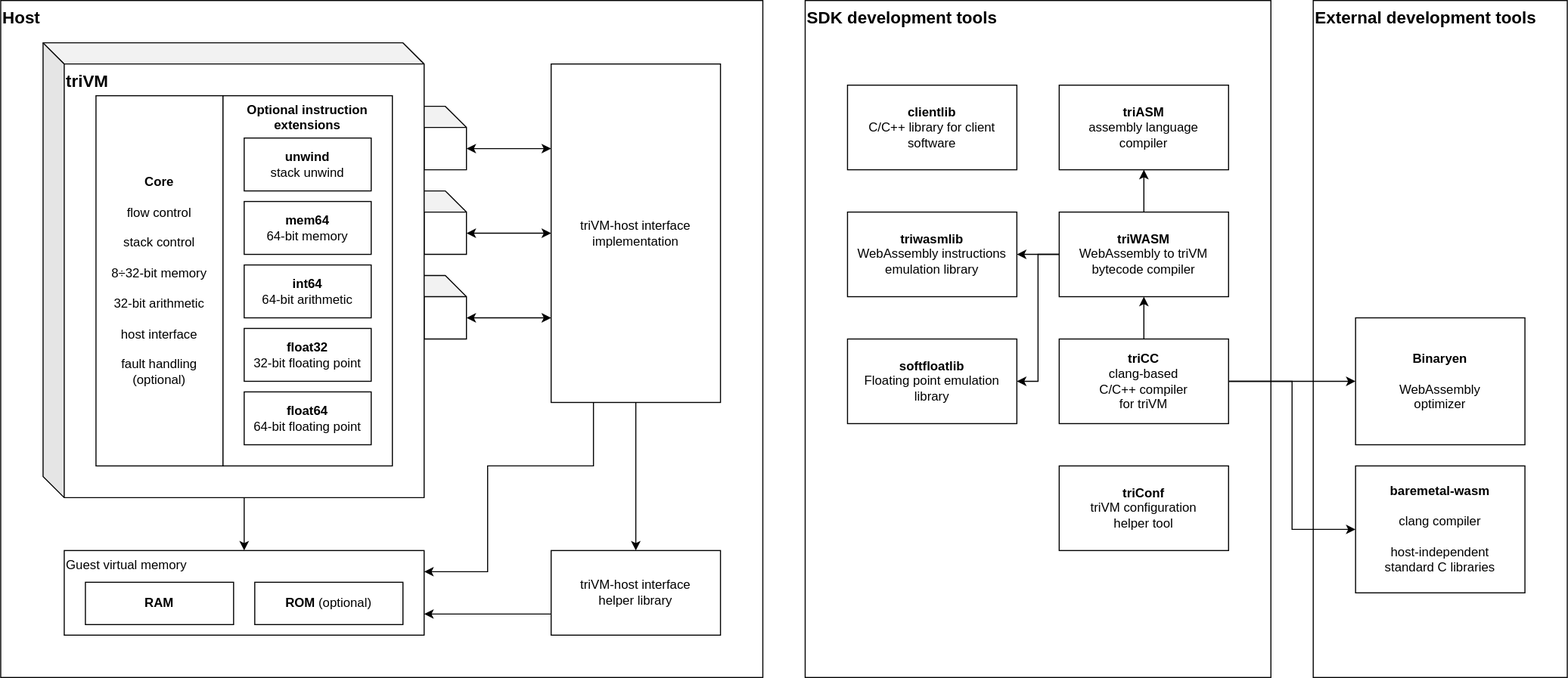
This is doc/SDK diagram.drawio.svg from kildom/triwasm, a draw.io export, as it was before one commit. Source tidied: cells renumbered, new cells last; positions are measured from the earlier drawing's top-left corner, leaving out a move shared by most shapes.
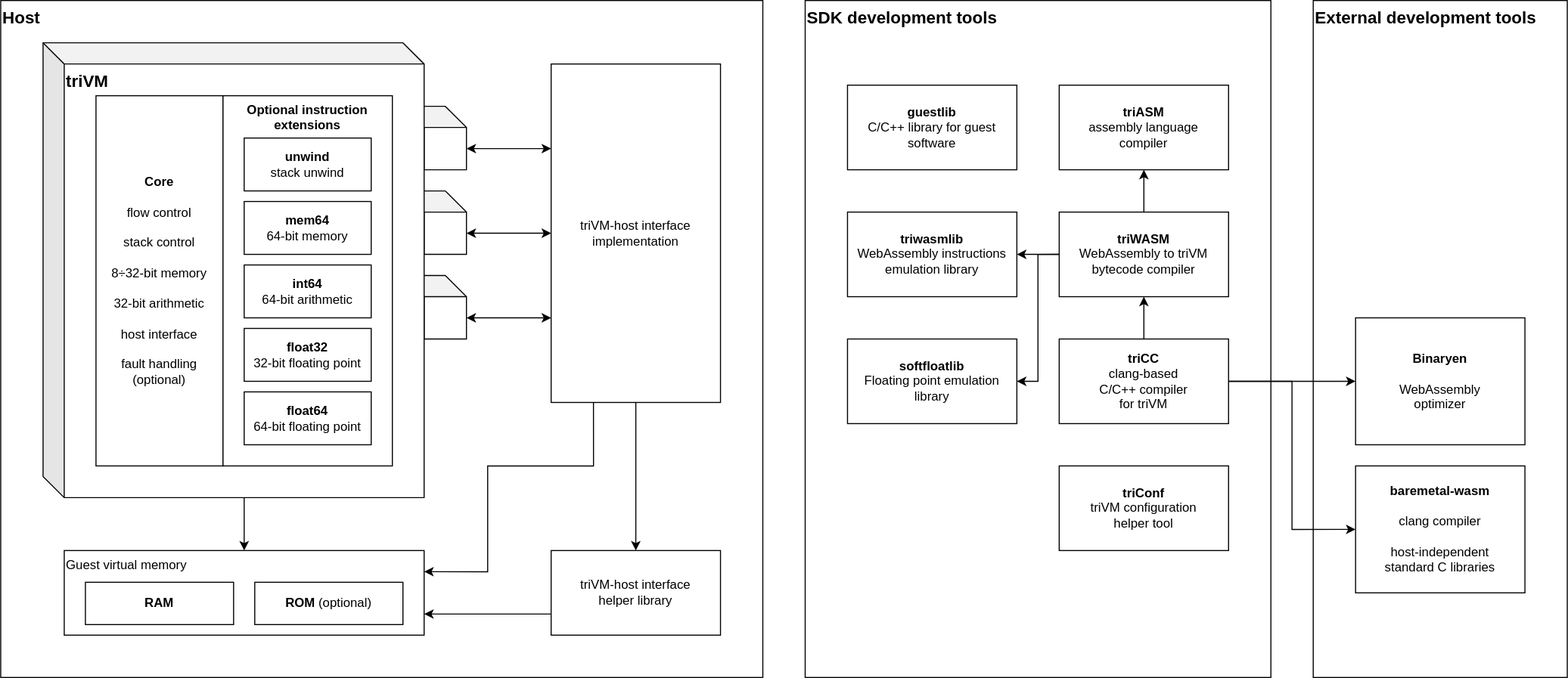
After the commit.

Change to the diagram source:
```diff
@@ -128,7 +128,7 @@
     <mxCell id="41" value="&lt;div&gt;&lt;b&gt;softfloatlib&lt;/b&gt;&lt;/div&gt;Floating point emulation library" style="rounded=0;whiteSpace=wrap;html=1;" parent="1" vertex="1">
       <mxGeometry x="800" y="320" width="160" height="80" as="geometry" />
     </mxCell>
-    <mxCell id="42" value="&lt;div&gt;&lt;b&gt;clientlib&lt;/b&gt;&lt;/div&gt;C/C++ library for client software" style="rounded=0;whiteSpace=wrap;html=1;" parent="1" vertex="1">
+    <mxCell id="42" value="&lt;div&gt;&lt;b&gt;guestlib&lt;/b&gt;&lt;/div&gt;C/C++ library for guest software" style="rounded=0;whiteSpace=wrap;html=1;" parent="1" vertex="1">
       <mxGeometry x="800" y="80" width="160" height="80" as="geometry" />
     </mxCell>
   </root>
```
